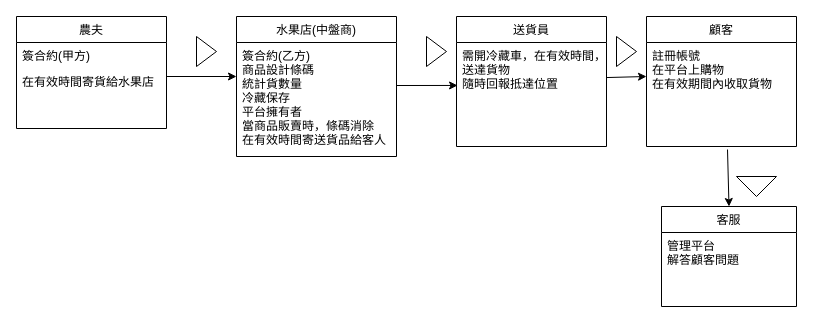
Earlier version of the draw.io diagram 類別圖.drawio (Dolaaaaaaaa/Teamproject). Source tidied: cells renumbered, new cells numbered last; positions are measured from the earlier drawing's top-left corner, leaving out a move shared by most shapes. Both pictures are drawn from the tidied source at 100%, with x=0, y=0 at pixel (16, 16).
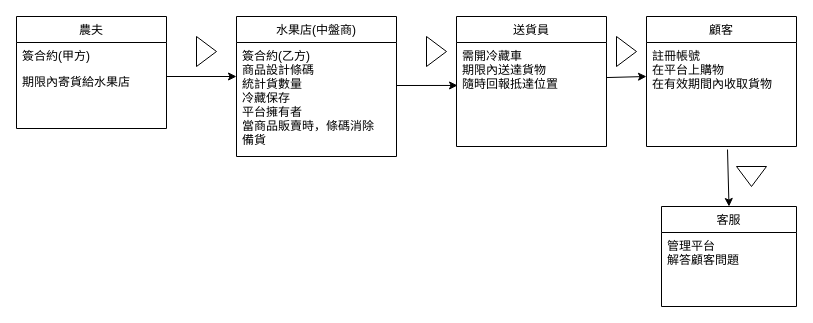
The same page after the edit.

The change refers to these unchanged cells:
```xml
<mxCell id="2" value="農夫" style="swimlane;fontStyle=0;horizontal=1;startSize=26;fillColor=none;" parent="1" vertex="1">
  <mxGeometry width="150" height="112" as="geometry" />
</mxCell>
<mxCell id="5" value="水果店(中盤商)" style="swimlane;fontStyle=0;horizontal=1;startSize=26;fillColor=none;" parent="1" vertex="1">
  <mxGeometry x="220" width="160" height="140" as="geometry" />
</mxCell>
<mxCell id="7" value="送貨員" style="swimlane;fontStyle=0;horizontal=1;startSize=26;fillColor=none;" parent="1" vertex="1">
  <mxGeometry x="440" width="150" height="130" as="geometry" />
</mxCell>
```

The edit, as a diff of the source:
```diff
@@
-    <mxCell id="4" value="在有效時間寄貨給水果店&#10;&#10;" style="text;strokeColor=none;fillColor=none;align=left;verticalAlign=top;spacingLeft=4;spacingRight=4;overflow=hidden;" parent="2" vertex="1">
+    <mxCell id="4" value="期限內寄貨給水果店&#10;&#10;" style="text;strokeColor=none;fillColor=none;align=left;verticalAlign=top;spacingLeft=4;spacingRight=4;overflow=hidden;" parent="2" vertex="1">
       <mxGeometry y="52" width="150" height="60" as="geometry" />
     </mxCell>
@@
-    <mxCell id="6" value="簽合約(乙方)&#10;商品設計條碼&#10;統計貨數量&#10;冷藏保存&#10;平台擁有者&#10;當商品販賣時，條碼消除&#10;在有效時間寄送貨品給客人" style="text;strokeColor=none;fillColor=none;align=left;verticalAlign=top;spacingLeft=4;spacingRight=4;overflow=hidden;" parent="5" vertex="1">
+    <mxCell id="6" value="簽合約(乙方)&#10;商品設計條碼&#10;統計貨數量&#10;冷藏保存&#10;平台擁有者&#10;當商品販賣時，條碼消除&#10;備貨" style="text;strokeColor=none;fillColor=none;align=left;verticalAlign=top;spacingLeft=4;spacingRight=4;overflow=hidden;" parent="5" vertex="1">
       <mxGeometry y="26" width="160" height="114" as="geometry" />
     </mxCell>
@@
-    <mxCell id="8" value="需開冷藏車，在有效時間，&#10;送達貨物&#10;隨時回報抵達位置" style="text;strokeColor=none;fillColor=none;align=left;verticalAlign=top;spacingLeft=4;spacingRight=4;overflow=hidden;points=[[0,0.5],[1,0.5]];portConstraint=eastwest;" parent="7" vertex="1">
+    <mxCell id="8" value="需開冷藏車&#10;期限內送達貨物&#10;隨時回報抵達位置" style="text;strokeColor=none;fillColor=none;align=left;verticalAlign=top;spacingLeft=4;spacingRight=4;overflow=hidden;points=[[0,0.5],[1,0.5]];portConstraint=eastwest;" parent="7" vertex="1">
       <mxGeometry y="26" width="150" height="104" as="geometry" />
     </mxCell>
@@
     <mxCell id="20" style="triangle;whiteSpace=wrap;html=1;direction=south;" parent="1" vertex="1">
-      <mxGeometry x="720" y="160" width="40" height="20" as="geometry" />
+      <mxGeometry x="720" y="150" width="30" height="20" as="geometry" />
     </mxCell>
```
